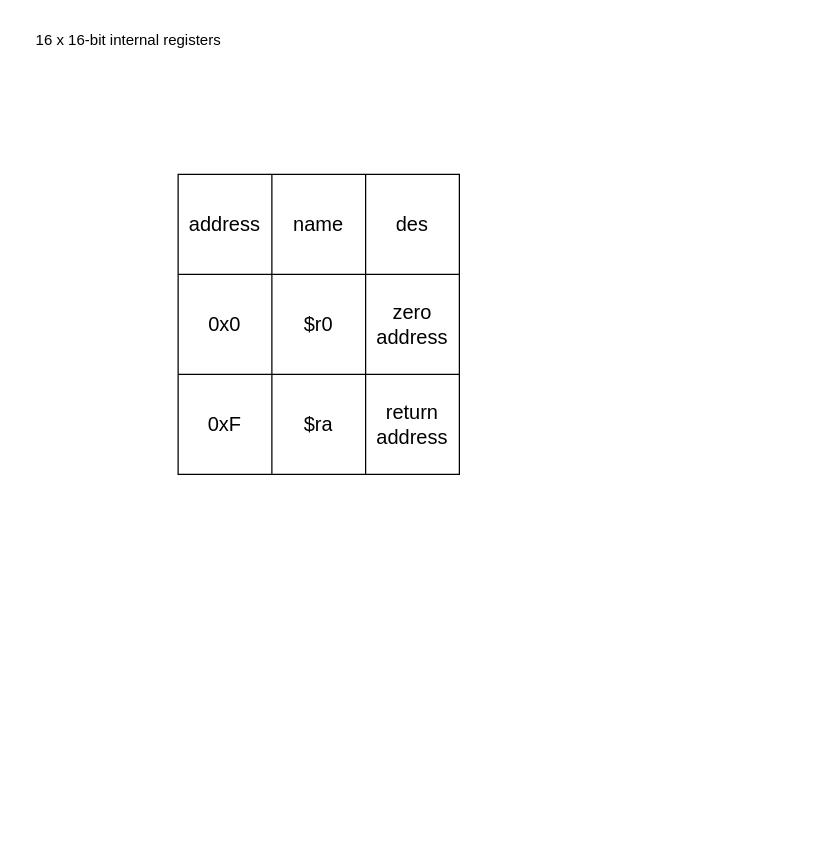
Earlier version of the draw.io diagram page "REGFILE" (4 of 20) of doc/myMIPS.drawio (led-robster/myMIPS). Source tidied: cells renumbered, new cells numbered last; positions are measured from the earlier drawing's top-left corner, leaving out a move shared by most shapes. Both pictures are drawn from the tidied source at 125%, with x=0, y=0 at pixel (21, 21).
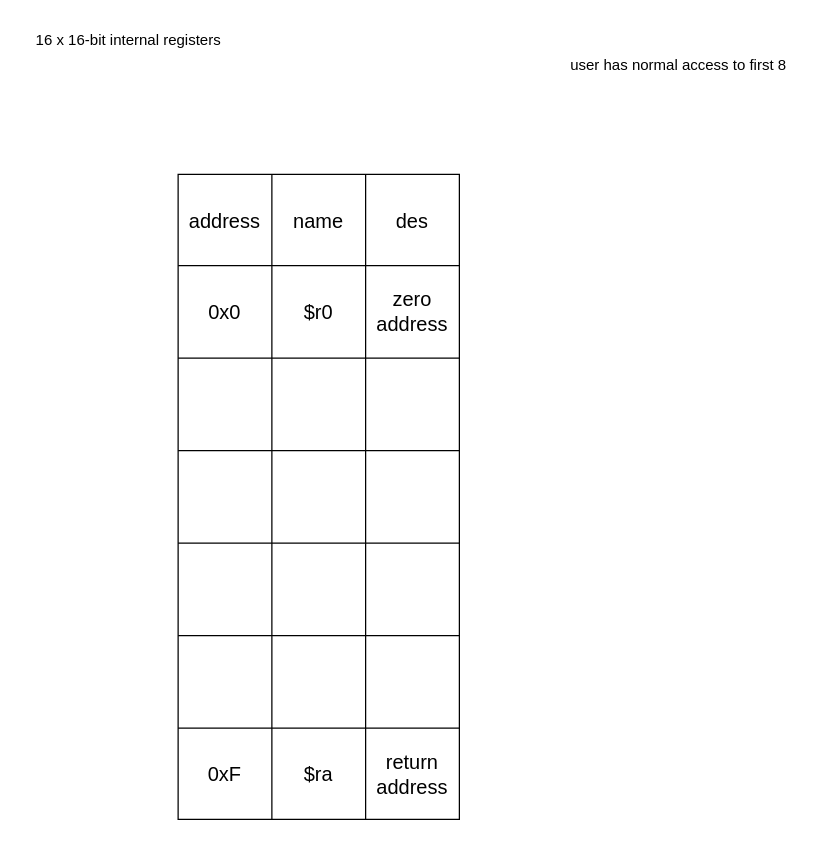
The same diagram, later.

The edit, as a diff of the source:
```diff
@@
     <mxCell id="3" style="shape=table;startSize=0;childLayout=tableLayout;fontSize=16;" parent="1" vertex="1">
-      <mxGeometry x="125" y="122" width="225" height="240" as="geometry" />
+      <mxGeometry x="125" y="122" width="225" height="516" as="geometry" />
     </mxCell>
     <mxCell id="4" style="shape=tableRow;horizontal=0;startSize=0;swimlaneHead=0;swimlaneBody=0;strokeColor=inherit;top=0;left=0;bottom=0;right=0;fillColor=none;fontSize=16;" parent="3" vertex="1">
-      <mxGeometry width="225" height="80" as="geometry" />
+      <mxGeometry width="225" height="73" as="geometry" />
     </mxCell>
     <mxCell id="5" value="address" style="shape=partialRectangle;html=1;whiteSpace=wrap;strokeColor=inherit;overflow=hidden;fillColor=none;top=0;left=0;bottom=0;right=0;fontSize=16;" parent="4" vertex="1">
-      <mxGeometry width="75" height="80" as="geometry" />
+      <mxGeometry width="75" height="73" as="geometry" />
     </mxCell>
     <mxCell id="6" value="name" style="shape=partialRectangle;html=1;whiteSpace=wrap;strokeColor=inherit;overflow=hidden;fillColor=none;top=0;left=0;bottom=0;right=0;fontSize=16;" parent="4" vertex="1">
-      <mxGeometry x="75" width="75" height="80" as="geometry" />
+      <mxGeometry x="75" width="75" height="73" as="geometry" />
     </mxCell>
     <mxCell id="7" value="des" style="shape=partialRectangle;html=1;whiteSpace=wrap;strokeColor=inherit;overflow=hidden;fillColor=none;top=0;left=0;bottom=0;right=0;fontSize=16;" parent="4" vertex="1">
-      <mxGeometry x="150" width="75" height="80" as="geometry" />
+      <mxGeometry x="150" width="75" height="73" as="geometry" />
     </mxCell>
     <mxCell id="8" style="shape=tableRow;horizontal=0;startSize=0;swimlaneHead=0;swimlaneBody=0;strokeColor=inherit;top=0;left=0;bottom=0;right=0;fillColor=none;fontSize=16;" parent="3" vertex="1">
-      <mxGeometry y="80" width="225" height="80" as="geometry" />
+      <mxGeometry y="73" width="225" height="74" as="geometry" />
     </mxCell>
     <mxCell id="9" value="0x0" style="shape=partialRectangle;html=1;whiteSpace=wrap;strokeColor=inherit;overflow=hidden;fillColor=none;top=0;left=0;bottom=0;right=0;fontSize=16;" parent="8" vertex="1">
-      <mxGeometry width="75" height="80" as="geometry" />
+      <mxGeometry width="75" height="74" as="geometry" />
     </mxCell>
     <mxCell id="10" value="$r0" style="shape=partialRectangle;html=1;whiteSpace=wrap;strokeColor=inherit;overflow=hidden;fillColor=none;top=0;left=0;bottom=0;right=0;fontSize=16;" parent="8" vertex="1">
-      <mxGeometry x="75" width="75" height="80" as="geometry" />
+      <mxGeometry x="75" width="75" height="74" as="geometry" />
     </mxCell>
     <mxCell id="11" value="zero address" style="shape=partialRectangle;html=1;whiteSpace=wrap;strokeColor=inherit;overflow=hidden;fillColor=none;top=0;left=0;bottom=0;right=0;fontSize=16;" parent="8" vertex="1">
-      <mxGeometry x="150" width="75" height="80" as="geometry" />
+      <mxGeometry x="150" width="75" height="74" as="geometry" />
     </mxCell>
+    <mxCell id="16" style="shape=tableRow;horizontal=0;startSize=0;swimlaneHead=0;swimlaneBody=0;strokeColor=inherit;top=0;left=0;bottom=0;right=0;fillColor=none;fontSize=16;" parent="3" vertex="1">
+      <mxGeometry y="147" width="225" height="74" as="geometry" />
+    </mxCell>
+    <mxCell id="17" style="shape=partialRectangle;html=1;whiteSpace=wrap;strokeColor=inherit;overflow=hidden;fillColor=none;top=0;left=0;bottom=0;right=0;fontSize=16;" parent="16" vertex="1">
+      <mxGeometry width="75" height="74" as="geometry" />
+    </mxCell>
+    <mxCell id="18" style="shape=partialRectangle;html=1;whiteSpace=wrap;strokeColor=inherit;overflow=hidden;fillColor=none;top=0;left=0;bottom=0;right=0;fontSize=16;" parent="16" vertex="1">
+      <mxGeometry x="75" width="75" height="74" as="geometry" />
+    </mxCell>
+    <mxCell id="19" style="shape=partialRectangle;html=1;whiteSpace=wrap;strokeColor=inherit;overflow=hidden;fillColor=none;top=0;left=0;bottom=0;right=0;fontSize=16;" parent="16" vertex="1">
+      <mxGeometry x="150" width="75" height="74" as="geometry" />
+    </mxCell>
+    <mxCell id="20" style="shape=tableRow;horizontal=0;startSize=0;swimlaneHead=0;swimlaneBody=0;strokeColor=inherit;top=0;left=0;bottom=0;right=0;fillColor=none;fontSize=16;" parent="3" vertex="1">
+      <mxGeometry y="221" width="225" height="74" as="geometry" />
+    </mxCell>
+    <mxCell id="21" style="shape=partialRectangle;html=1;whiteSpace=wrap;strokeColor=inherit;overflow=hidden;fillColor=none;top=0;left=0;bottom=0;right=0;fontSize=16;" parent="20" vertex="1">
+      <mxGeometry width="75" height="74" as="geometry" />
+    </mxCell>
+    <mxCell id="22" style="shape=partialRectangle;html=1;whiteSpace=wrap;strokeColor=inherit;overflow=hidden;fillColor=none;top=0;left=0;bottom=0;right=0;fontSize=16;" parent="20" vertex="1">
+      <mxGeometry x="75" width="75" height="74" as="geometry" />
+    </mxCell>
+    <mxCell id="23" style="shape=partialRectangle;html=1;whiteSpace=wrap;strokeColor=inherit;overflow=hidden;fillColor=none;top=0;left=0;bottom=0;right=0;fontSize=16;" parent="20" vertex="1">
+      <mxGeometry x="150" width="75" height="74" as="geometry" />
+    </mxCell>
+    <mxCell id="24" style="shape=tableRow;horizontal=0;startSize=0;swimlaneHead=0;swimlaneBody=0;strokeColor=inherit;top=0;left=0;bottom=0;right=0;fillColor=none;fontSize=16;" parent="3" vertex="1">
+      <mxGeometry y="295" width="225" height="74" as="geometry" />
+    </mxCell>
+    <mxCell id="25" style="shape=partialRectangle;html=1;whiteSpace=wrap;strokeColor=inherit;overflow=hidden;fillColor=none;top=0;left=0;bottom=0;right=0;fontSize=16;" parent="24" vertex="1">
+      <mxGeometry width="75" height="74" as="geometry" />
+    </mxCell>
+    <mxCell id="26" style="shape=partialRectangle;html=1;whiteSpace=wrap;strokeColor=inherit;overflow=hidden;fillColor=none;top=0;left=0;bottom=0;right=0;fontSize=16;" parent="24" vertex="1">
+      <mxGeometry x="75" width="75" height="74" as="geometry" />
+    </mxCell>
+    <mxCell id="27" style="shape=partialRectangle;html=1;whiteSpace=wrap;strokeColor=inherit;overflow=hidden;fillColor=none;top=0;left=0;bottom=0;right=0;fontSize=16;" parent="24" vertex="1">
+      <mxGeometry x="150" width="75" height="74" as="geometry" />
+    </mxCell>
+    <mxCell id="28" style="shape=tableRow;horizontal=0;startSize=0;swimlaneHead=0;swimlaneBody=0;strokeColor=inherit;top=0;left=0;bottom=0;right=0;fillColor=none;fontSize=16;" parent="3" vertex="1">
+      <mxGeometry y="369" width="225" height="74" as="geometry" />
+    </mxCell>
+    <mxCell id="29" style="shape=partialRectangle;html=1;whiteSpace=wrap;strokeColor=inherit;overflow=hidden;fillColor=none;top=0;left=0;bottom=0;right=0;fontSize=16;" parent="28" vertex="1">
+      <mxGeometry width="75" height="74" as="geometry" />
+    </mxCell>
+    <mxCell id="30" style="shape=partialRectangle;html=1;whiteSpace=wrap;strokeColor=inherit;overflow=hidden;fillColor=none;top=0;left=0;bottom=0;right=0;fontSize=16;" parent="28" vertex="1">
+      <mxGeometry x="75" width="75" height="74" as="geometry" />
+    </mxCell>
+    <mxCell id="31" style="shape=partialRectangle;html=1;whiteSpace=wrap;strokeColor=inherit;overflow=hidden;fillColor=none;top=0;left=0;bottom=0;right=0;fontSize=16;" parent="28" vertex="1">
+      <mxGeometry x="150" width="75" height="74" as="geometry" />
+    </mxCell>
     <mxCell id="12" style="shape=tableRow;horizontal=0;startSize=0;swimlaneHead=0;swimlaneBody=0;strokeColor=inherit;top=0;left=0;bottom=0;right=0;fillColor=none;fontSize=16;" parent="3" vertex="1">
-      <mxGeometry y="160" width="225" height="80" as="geometry" />
+      <mxGeometry y="443" width="225" height="73" as="geometry" />
     </mxCell>
     <mxCell id="13" value="0xF" style="shape=partialRectangle;html=1;whiteSpace=wrap;strokeColor=inherit;overflow=hidden;fillColor=none;top=0;left=0;bottom=0;right=0;fontSize=16;" parent="12" vertex="1">
-      <mxGeometry width="75" height="80" as="geometry" />
+      <mxGeometry width="75" height="73" as="geometry" />
     </mxCell>
     <mxCell id="14" value="$ra" style="shape=partialRectangle;html=1;whiteSpace=wrap;strokeColor=inherit;overflow=hidden;fillColor=none;top=0;left=0;bottom=0;right=0;fontSize=16;" parent="12" vertex="1">
-      <mxGeometry x="75" width="75" height="80" as="geometry" />
+      <mxGeometry x="75" width="75" height="73" as="geometry" />
     </mxCell>
     <mxCell id="15" value="return address" style="shape=partialRectangle;html=1;whiteSpace=wrap;strokeColor=inherit;overflow=hidden;fillColor=none;top=0;left=0;bottom=0;right=0;fontSize=16;" parent="12" vertex="1">
-      <mxGeometry x="150" width="75" height="80" as="geometry" />
+      <mxGeometry x="150" width="75" height="73" as="geometry" />
     </mxCell>
+    <mxCell id="32" value="user has normal access to first 8" style="text;html=1;align=center;verticalAlign=middle;strokeColor=none;fillColor=none;" parent="1" vertex="1">
+      <mxGeometry x="425" y="20" width="200" height="30" as="geometry" />
+    </mxCell>
```
